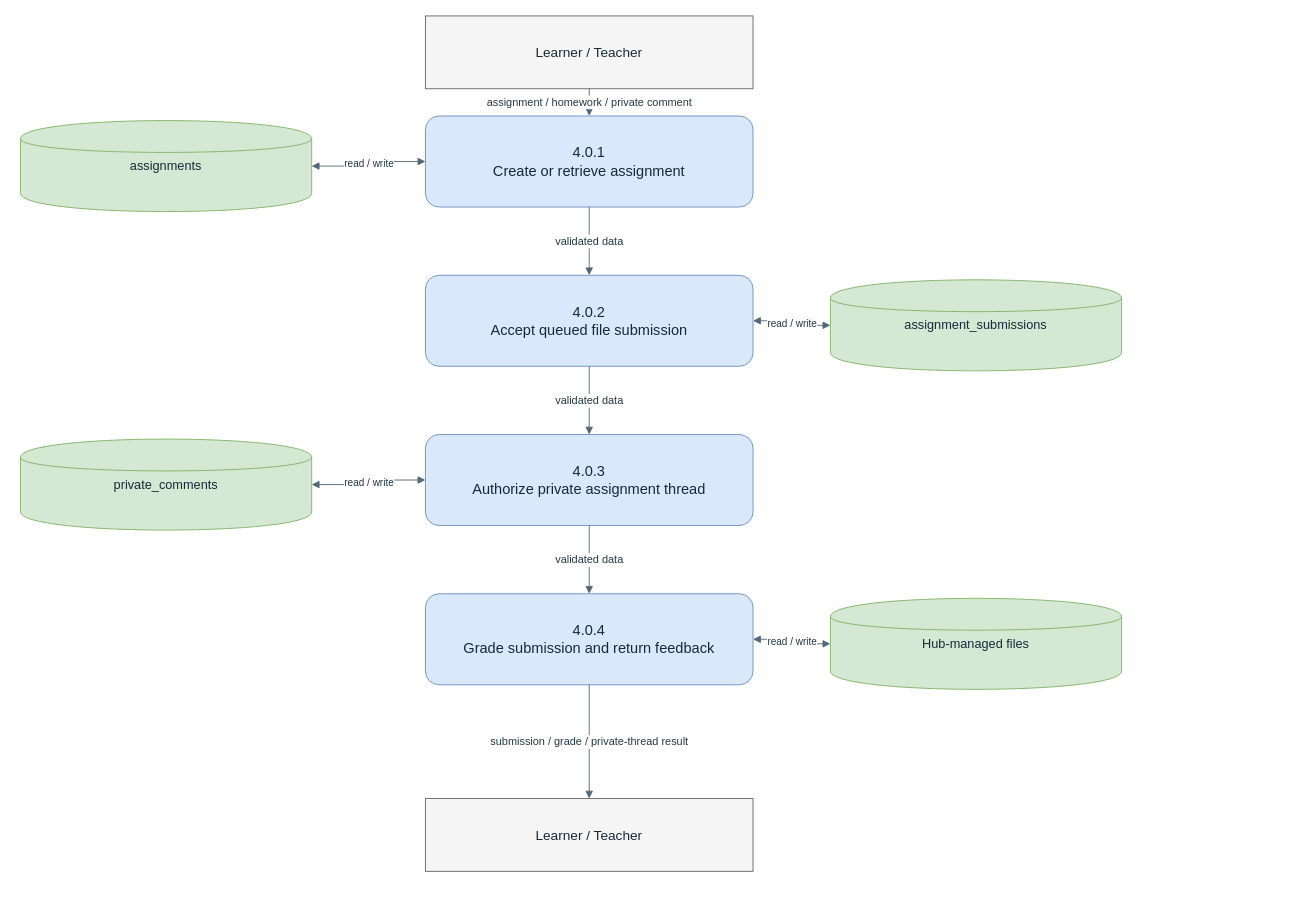
Above: docs/thesis/chapter-3/diagrams/dfd-level-2-assignments.drawio in BootlegYouki/L.A.R.A (draw.io), before the change. Source tidied: cells renumbered, new cells numbered last; positions are measured from the earlier drawing's top-left corner, leaving out a move shared by most shapes. Both pictures are drawn from the tidied source at 91%, with x=0, y=0 at pixel (20, 15).
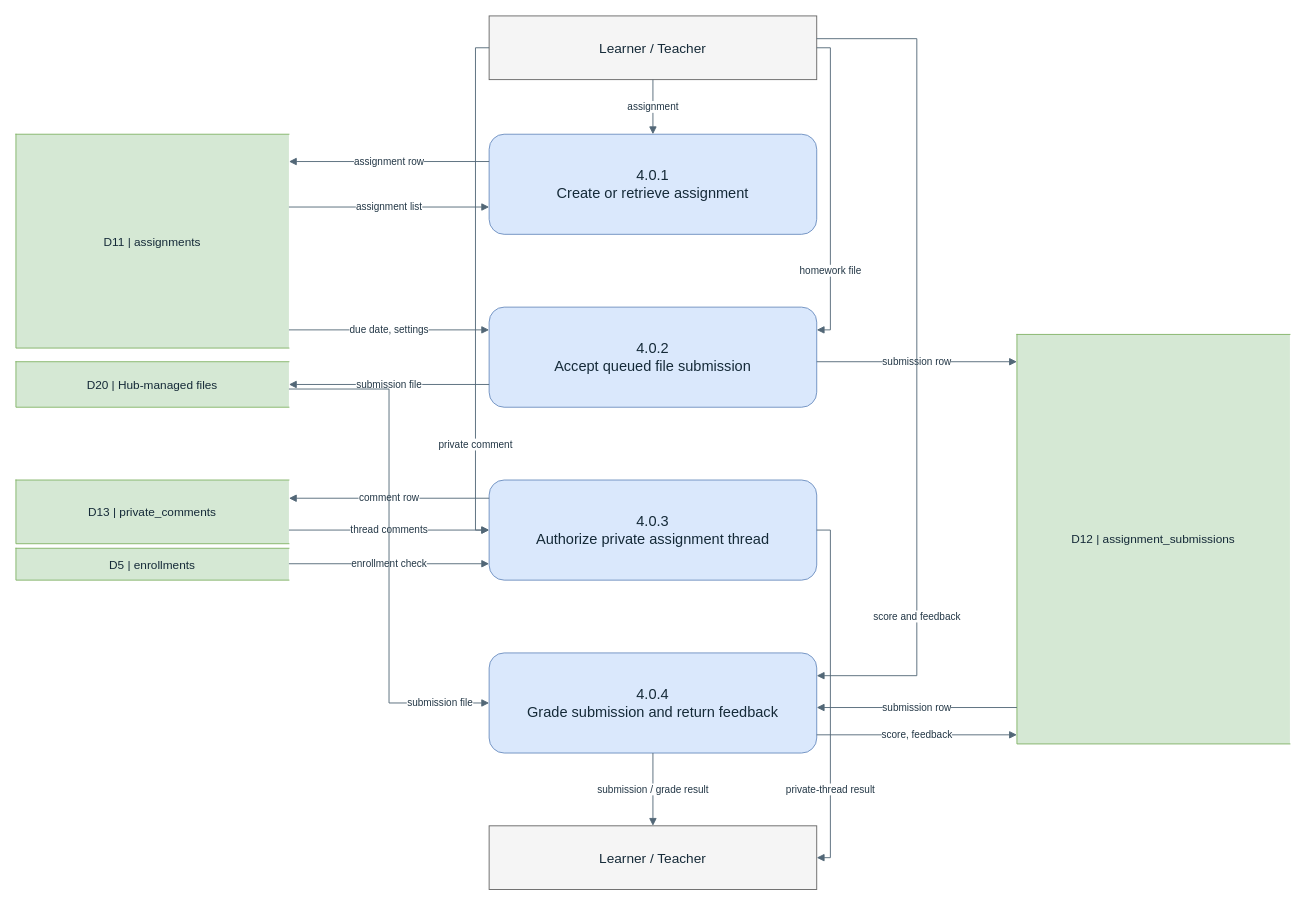
Above is the later version.

Change to the diagram source:
```diff
@@
     <mxCell id="2" value="Learner / Teacher" style="rounded=0;whiteSpace=wrap;html=1;fillColor=#f5f5f5;strokeColor=#666666;fontColor=#152a38;fontSize=15;align=center;verticalAlign=middle;spacing=6;" parent="1" vertex="1">
-      <mxGeometry x="445" width="360" height="80" as="geometry" />
+      <mxGeometry x="515" width="360" height="70" as="geometry" />
     </mxCell>
-    <mxCell id="3" value="Learner / Teacher" style="rounded=0;whiteSpace=wrap;html=1;fillColor=#f5f5f5;strokeColor=#666666;fontColor=#152a38;fontSize=15;align=center;verticalAlign=middle;spacing=6;" parent="1" vertex="1">
-      <mxGeometry x="445" y="860" width="360" height="80" as="geometry" />
+    <mxCell id="3" value="4.0.1&#10;Create or retrieve assignment" style="rounded=1;whiteSpace=wrap;html=1;fillColor=#dae8fc;strokeColor=#6c8ebf;fontColor=#152a38;fontSize=16;align=center;verticalAlign=middle;spacing=6;" parent="1" vertex="1">
+      <mxGeometry x="515" y="130" width="360" height="110" as="geometry" />
     </mxCell>
-    <mxCell id="4" value="4.0.1&#10;Create or retrieve assignment" style="rounded=1;whiteSpace=wrap;html=1;fillColor=#dae8fc;strokeColor=#6c8ebf;fontColor=#152a38;fontSize=16;align=center;verticalAlign=middle;spacing=6;" parent="1" vertex="1">
-      <mxGeometry x="445" y="110" width="360" height="100" as="geometry" />
+    <mxCell id="4" value="4.0.2&#10;Accept queued file submission" style="rounded=1;whiteSpace=wrap;html=1;fillColor=#dae8fc;strokeColor=#6c8ebf;fontColor=#152a38;fontSize=16;align=center;verticalAlign=middle;spacing=6;" parent="1" vertex="1">
+      <mxGeometry x="515" y="320" width="360" height="110" as="geometry" />
     </mxCell>
-    <mxCell id="5" value="4.0.2&#10;Accept queued file submission" style="rounded=1;whiteSpace=wrap;html=1;fillColor=#dae8fc;strokeColor=#6c8ebf;fontColor=#152a38;fontSize=16;align=center;verticalAlign=middle;spacing=6;" parent="1" vertex="1">
-      <mxGeometry x="445" y="285" width="360" height="100" as="geometry" />
+    <mxCell id="5" value="4.0.3&#10;Authorize private assignment thread" style="rounded=1;whiteSpace=wrap;html=1;fillColor=#dae8fc;strokeColor=#6c8ebf;fontColor=#152a38;fontSize=16;align=center;verticalAlign=middle;spacing=6;" parent="1" vertex="1">
+      <mxGeometry x="515" y="510" width="360" height="110" as="geometry" />
     </mxCell>
-    <mxCell id="6" value="4.0.3&#10;Authorize private assignment thread" style="rounded=1;whiteSpace=wrap;html=1;fillColor=#dae8fc;strokeColor=#6c8ebf;fontColor=#152a38;fontSize=16;align=center;verticalAlign=middle;spacing=6;" parent="1" vertex="1">
-      <mxGeometry x="445" y="460" width="360" height="100" as="geometry" />
+    <mxCell id="6" value="4.0.4&#10;Grade submission and return feedback" style="rounded=1;whiteSpace=wrap;html=1;fillColor=#dae8fc;strokeColor=#6c8ebf;fontColor=#152a38;fontSize=16;align=center;verticalAlign=middle;spacing=6;" parent="1" vertex="1">
+      <mxGeometry x="515" y="700" width="360" height="110" as="geometry" />
     </mxCell>
-    <mxCell id="7" value="4.0.4&#10;Grade submission and return feedback" style="rounded=1;whiteSpace=wrap;html=1;fillColor=#dae8fc;strokeColor=#6c8ebf;fontColor=#152a38;fontSize=16;align=center;verticalAlign=middle;spacing=6;" parent="1" vertex="1">
-      <mxGeometry x="445" y="635" width="360" height="100" as="geometry" />
+    <mxCell id="7" value="Learner / Teacher" style="rounded=0;whiteSpace=wrap;html=1;fillColor=#f5f5f5;strokeColor=#666666;fontColor=#152a38;fontSize=15;align=center;verticalAlign=middle;spacing=6;" parent="1" vertex="1">
+      <mxGeometry x="515" y="890" width="360" height="70" as="geometry" />
     </mxCell>
-    <mxCell id="8" value="assignments" style="shape=cylinder;whiteSpace=wrap;html=1;fillColor=#d5e8d4;strokeColor=#82b366;fontColor=#152a38;fontSize=14;align=center;verticalAlign=middle;spacing=6;" parent="1" vertex="1">
-      <mxGeometry y="115" width="320" height="100" as="geometry" />
+    <mxCell id="8" value="D11 | assignments" style="shape=partialRectangle;left=1;right=0;top=1;bottom=1;whiteSpace=wrap;html=1;fillColor=#d5e8d4;strokeColor=#82b366;fontColor=#152a38;fontSize=13;align=center;verticalAlign=middle;spacing=5;" parent="1" vertex="1">
+      <mxGeometry x="-5" y="130" width="300" height="235" as="geometry" />
     </mxCell>
-    <mxCell id="9" value="assignment_submissions" style="shape=cylinder;whiteSpace=wrap;html=1;fillColor=#d5e8d4;strokeColor=#82b366;fontColor=#152a38;fontSize=14;align=center;verticalAlign=middle;spacing=6;" parent="1" vertex="1">
-      <mxGeometry x="890" y="290" width="320" height="100" as="geometry" />
+    <mxCell id="9" value="D20 | Hub-managed files" style="shape=partialRectangle;left=1;right=0;top=1;bottom=1;whiteSpace=wrap;html=1;fillColor=#d5e8d4;strokeColor=#82b366;fontColor=#152a38;fontSize=13;align=center;verticalAlign=middle;spacing=5;" parent="1" vertex="1">
+      <mxGeometry x="-5" y="380" width="300" height="50" as="geometry" />
     </mxCell>
-    <mxCell id="10" value="private_comments" style="shape=cylinder;whiteSpace=wrap;html=1;fillColor=#d5e8d4;strokeColor=#82b366;fontColor=#152a38;fontSize=14;align=center;verticalAlign=middle;spacing=6;" parent="1" vertex="1">
-      <mxGeometry y="465" width="320" height="100" as="geometry" />
+    <mxCell id="10" value="D13 | private_comments" style="shape=partialRectangle;left=1;right=0;top=1;bottom=1;whiteSpace=wrap;html=1;fillColor=#d5e8d4;strokeColor=#82b366;fontColor=#152a38;fontSize=13;align=center;verticalAlign=middle;spacing=5;" parent="1" vertex="1">
+      <mxGeometry x="-5" y="510" width="300" height="70" as="geometry" />
     </mxCell>
-    <mxCell id="11" value="Hub-managed files" style="shape=cylinder;whiteSpace=wrap;html=1;fillColor=#d5e8d4;strokeColor=#82b366;fontColor=#152a38;fontSize=14;align=center;verticalAlign=middle;spacing=6;" parent="1" vertex="1">
-      <mxGeometry x="890" y="640" width="320" height="100" as="geometry" />
+    <mxCell id="11" value="D5 | enrollments" style="shape=partialRectangle;left=1;right=0;top=1;bottom=1;whiteSpace=wrap;html=1;fillColor=#d5e8d4;strokeColor=#82b366;fontColor=#152a38;fontSize=13;align=center;verticalAlign=middle;spacing=5;" parent="1" vertex="1">
+      <mxGeometry x="-5" y="585" width="300" height="35" as="geometry" />
     </mxCell>
-    <mxCell id="12" value="assignment / homework / private comment" style="edgeStyle=orthogonalEdgeStyle;rounded=0;jettySize=auto;html=1;strokeColor=#526777;fontColor=#233746;fontSize=12;endArrow=block;endFill=1;labelBackgroundColor=#ffffff;" parent="1" edge="1" source="2" target="4">
-      <mxGeometry relative="1" as="geometry" />
+    <mxCell id="12" value="D12 | assignment_submissions" style="shape=partialRectangle;left=1;right=0;top=1;bottom=1;whiteSpace=wrap;html=1;fillColor=#d5e8d4;strokeColor=#82b366;fontColor=#152a38;fontSize=13;align=center;verticalAlign=middle;spacing=5;" parent="1" vertex="1">
+      <mxGeometry x="1095" y="350" width="300" height="450" as="geometry" />
     </mxCell>
-    <mxCell id="13" value="validated data" style="edgeStyle=orthogonalEdgeStyle;rounded=0;jettySize=auto;html=1;strokeColor=#526777;fontColor=#233746;fontSize=12;endArrow=block;endFill=1;labelBackgroundColor=#ffffff;" parent="1" edge="1" source="4" target="5">
+    <mxCell id="13" value="assignment" style="rounded=0;html=1;strokeColor=#526777;fontColor=#233746;fontSize=11;endArrow=block;endFill=1;labelBackgroundColor=#ffffff;exitX=0.5;exitY=1.0;exitDx=0;exitDy=0;entryX=0.5;entryY=0.0;entryDx=0;entryDy=0;" parent="1" edge="1" source="2" target="3">
       <mxGeometry relative="1" as="geometry" />
     </mxCell>
-    <mxCell id="14" value="validated data" style="edgeStyle=orthogonalEdgeStyle;rounded=0;jettySize=auto;html=1;strokeColor=#526777;fontColor=#233746;fontSize=12;endArrow=block;endFill=1;labelBackgroundColor=#ffffff;" parent="1" edge="1" source="5" target="6">
+    <mxCell id="14" value="assignment row" style="rounded=0;html=1;strokeColor=#526777;fontColor=#233746;fontSize=11;endArrow=block;endFill=1;labelBackgroundColor=#ffffff;exitX=0.0;exitY=0.2727;exitDx=0;exitDy=0;entryX=1.0;entryY=0.1277;entryDx=0;entryDy=0;" parent="1" edge="1" source="3" target="8">
       <mxGeometry relative="1" as="geometry" />
     </mxCell>
-    <mxCell id="15" value="validated data" style="edgeStyle=orthogonalEdgeStyle;rounded=0;jettySize=auto;html=1;strokeColor=#526777;fontColor=#233746;fontSize=12;endArrow=block;endFill=1;labelBackgroundColor=#ffffff;" parent="1" edge="1" source="6" target="7">
+    <mxCell id="15" value="assignment list" style="rounded=0;html=1;strokeColor=#526777;fontColor=#233746;fontSize=11;endArrow=block;endFill=1;labelBackgroundColor=#ffffff;exitX=1.0;exitY=0.3404;exitDx=0;exitDy=0;entryX=0.0;entryY=0.7273;entryDx=0;entryDy=0;" parent="1" edge="1" source="8" target="3">
       <mxGeometry relative="1" as="geometry" />
     </mxCell>
-    <mxCell id="16" value="submission / grade / private-thread result" style="edgeStyle=orthogonalEdgeStyle;rounded=0;jettySize=auto;html=1;strokeColor=#526777;fontColor=#233746;fontSize=12;endArrow=block;endFill=1;labelBackgroundColor=#ffffff;" parent="1" edge="1" source="7" target="3">
-      <mxGeometry relative="1" as="geometry" />
+    <mxCell id="16" value="homework file" style="rounded=0;html=1;strokeColor=#526777;fontColor=#233746;fontSize=11;endArrow=block;endFill=1;labelBackgroundColor=#ffffff;exitX=1.0;exitY=0.5;exitDx=0;exitDy=0;entryX=1.0;entryY=0.2273;entryDx=0;entryDy=0;" parent="1" edge="1" source="2" target="4">
+      <mxGeometry x="0.53" relative="1" as="geometry">
+        <Array as="points">
+          <mxPoint x="890" y="35" />
+          <mxPoint x="890" y="345" />
+        </Array>
+      </mxGeometry>
     </mxCell>
-    <mxCell id="17" value="read / write" style="edgeStyle=orthogonalEdgeStyle;rounded=0;html=1;strokeColor=#526777;fontColor=#233746;fontSize=11;startArrow=block;endArrow=block;startFill=1;endFill=1;labelBackgroundColor=#ffffff;" parent="1" edge="1" source="4" target="8">
+    <mxCell id="17" value="due date, settings" style="rounded=0;html=1;strokeColor=#526777;fontColor=#233746;fontSize=11;endArrow=block;endFill=1;labelBackgroundColor=#ffffff;exitX=1.0;exitY=0.9149;exitDx=0;exitDy=0;entryX=0.0;entryY=0.2273;entryDx=0;entryDy=0;" parent="1" edge="1" source="8" target="4">
       <mxGeometry relative="1" as="geometry" />
     </mxCell>
-    <mxCell id="18" value="read / write" style="edgeStyle=orthogonalEdgeStyle;rounded=0;html=1;strokeColor=#526777;fontColor=#233746;fontSize=11;startArrow=block;endArrow=block;startFill=1;endFill=1;labelBackgroundColor=#ffffff;" parent="1" edge="1" source="5" target="9">
+    <mxCell id="18" value="submission file" style="rounded=0;html=1;strokeColor=#526777;fontColor=#233746;fontSize=11;endArrow=block;endFill=1;labelBackgroundColor=#ffffff;exitX=0.0;exitY=0.7727;exitDx=0;exitDy=0;entryX=1.0;entryY=0.5;entryDx=0;entryDy=0;" parent="1" edge="1" source="4" target="9">
       <mxGeometry relative="1" as="geometry" />
     </mxCell>
-    <mxCell id="19" value="read / write" style="edgeStyle=orthogonalEdgeStyle;rounded=0;html=1;strokeColor=#526777;fontColor=#233746;fontSize=11;startArrow=block;endArrow=block;startFill=1;endFill=1;labelBackgroundColor=#ffffff;" parent="1" edge="1" source="6" target="10">
+    <mxCell id="19" value="submission row" style="rounded=0;html=1;strokeColor=#526777;fontColor=#233746;fontSize=11;endArrow=block;endFill=1;labelBackgroundColor=#ffffff;exitX=1.0;exitY=0.5455;exitDx=0;exitDy=0;entryX=0.0;entryY=0.0667;entryDx=0;entryDy=0;" parent="1" edge="1" source="4" target="12">
       <mxGeometry relative="1" as="geometry" />
     </mxCell>
-    <mxCell id="20" value="read / write" style="edgeStyle=orthogonalEdgeStyle;rounded=0;html=1;strokeColor=#526777;fontColor=#233746;fontSize=11;startArrow=block;endArrow=block;startFill=1;endFill=1;labelBackgroundColor=#ffffff;" parent="1" edge="1" source="7" target="11">
-      <mxGeometry relative="1" as="geometry" />
+    <mxCell id="20" value="private comment" style="rounded=0;html=1;strokeColor=#526777;fontColor=#233746;fontSize=11;endArrow=block;endFill=1;labelBackgroundColor=#ffffff;exitX=0.0;exitY=0.5;exitDx=0;exitDy=0;entryX=0.0;entryY=0.5;entryDx=0;entryDy=0;" parent="1" edge="1" source="2" target="5">
+      <mxGeometry x="0.61" relative="1" as="geometry">
+        <Array as="points">
+          <mxPoint x="500" y="35" />
+          <mxPoint x="500" y="565" />
+        </Array>
+      </mxGeometry>
     </mxCell>
+    <mxCell id="21" value="comment row" style="rounded=0;html=1;strokeColor=#526777;fontColor=#233746;fontSize=11;endArrow=block;endFill=1;labelBackgroundColor=#ffffff;exitX=0.0;exitY=0.1818;exitDx=0;exitDy=0;entryX=1.0;entryY=0.2857;entryDx=0;entryDy=0;" parent="1" edge="1" source="5" target="10">
+      <mxGeometry relative="1" as="geometry" />
+    </mxCell>
+    <mxCell id="22" value="thread comments" style="rounded=0;html=1;strokeColor=#526777;fontColor=#233746;fontSize=11;endArrow=block;endFill=1;labelBackgroundColor=#ffffff;exitX=1.0;exitY=0.7857;exitDx=0;exitDy=0;entryX=0.0;entryY=0.5;entryDx=0;entryDy=0;" parent="1" edge="1" source="10" target="5">
+      <mxGeometry relative="1" as="geometry" />
+    </mxCell>
+    <mxCell id="23" value="enrollment check" style="rounded=0;html=1;strokeColor=#526777;fontColor=#233746;fontSize=11;endArrow=block;endFill=1;labelBackgroundColor=#ffffff;exitX=1.0;exitY=0.4857;exitDx=0;exitDy=0;entryX=0.0;entryY=0.8364;entryDx=0;entryDy=0;" parent="1" edge="1" source="11" target="5">
+      <mxGeometry relative="1" as="geometry" />
+    </mxCell>
+    <mxCell id="24" value="score and feedback" style="rounded=0;html=1;strokeColor=#526777;fontColor=#233746;fontSize=11;endArrow=block;endFill=1;labelBackgroundColor=#ffffff;exitX=1.0;exitY=0.3571;exitDx=0;exitDy=0;entryX=1.0;entryY=0.2273;entryDx=0;entryDy=0;" parent="1" edge="1" source="2" target="6">
+      <mxGeometry x="0.62" relative="1" as="geometry">
+        <Array as="points">
+          <mxPoint x="985" y="25" />
+          <mxPoint x="985" y="725" />
+        </Array>
+      </mxGeometry>
+    </mxCell>
+    <mxCell id="25" value="submission row" style="rounded=0;html=1;strokeColor=#526777;fontColor=#233746;fontSize=11;endArrow=block;endFill=1;labelBackgroundColor=#ffffff;exitX=0.0;exitY=0.9111;exitDx=0;exitDy=0;entryX=1.0;entryY=0.5455;entryDx=0;entryDy=0;" parent="1" edge="1" source="12" target="6">
+      <mxGeometry relative="1" as="geometry" />
+    </mxCell>
+    <mxCell id="26" value="score, feedback" style="rounded=0;html=1;strokeColor=#526777;fontColor=#233746;fontSize=11;endArrow=block;endFill=1;labelBackgroundColor=#ffffff;exitX=1.0;exitY=0.8182;exitDx=0;exitDy=0;entryX=0.0;entryY=0.9778;entryDx=0;entryDy=0;" parent="1" edge="1" source="6" target="12">
+      <mxGeometry relative="1" as="geometry" />
+    </mxCell>
+    <mxCell id="27" value="submission file" style="rounded=0;html=1;strokeColor=#526777;fontColor=#233746;fontSize=11;endArrow=block;endFill=1;labelBackgroundColor=#ffffff;exitX=1.0;exitY=0.6;exitDx=0;exitDy=0;entryX=0.0;entryY=0.5;entryDx=0;entryDy=0;" parent="1" edge="1" source="9" target="6">
+      <mxGeometry x="0.81" relative="1" as="geometry">
+        <Array as="points">
+          <mxPoint x="405" y="410" />
+          <mxPoint x="405" y="755" />
+        </Array>
+      </mxGeometry>
+    </mxCell>
+    <mxCell id="28" value="private-thread result" style="rounded=0;html=1;strokeColor=#526777;fontColor=#233746;fontSize=11;endArrow=block;endFill=1;labelBackgroundColor=#ffffff;exitX=1.0;exitY=0.5;exitDx=0;exitDy=0;entryX=1.0;entryY=0.5;entryDx=0;entryDy=0;" parent="1" edge="1" source="5" target="7">
+      <mxGeometry x="0.54" relative="1" as="geometry">
+        <Array as="points">
+          <mxPoint x="890" y="565" />
+          <mxPoint x="890" y="925" />
+        </Array>
+      </mxGeometry>
+    </mxCell>
+    <mxCell id="29" value="submission / grade result" style="rounded=0;html=1;strokeColor=#526777;fontColor=#233746;fontSize=11;endArrow=block;endFill=1;labelBackgroundColor=#ffffff;exitX=0.5;exitY=1.0;exitDx=0;exitDy=0;entryX=0.5;entryY=0.0;entryDx=0;entryDy=0;" parent="1" edge="1" source="6" target="7">
+      <mxGeometry relative="1" as="geometry" />
+    </mxCell>
```
